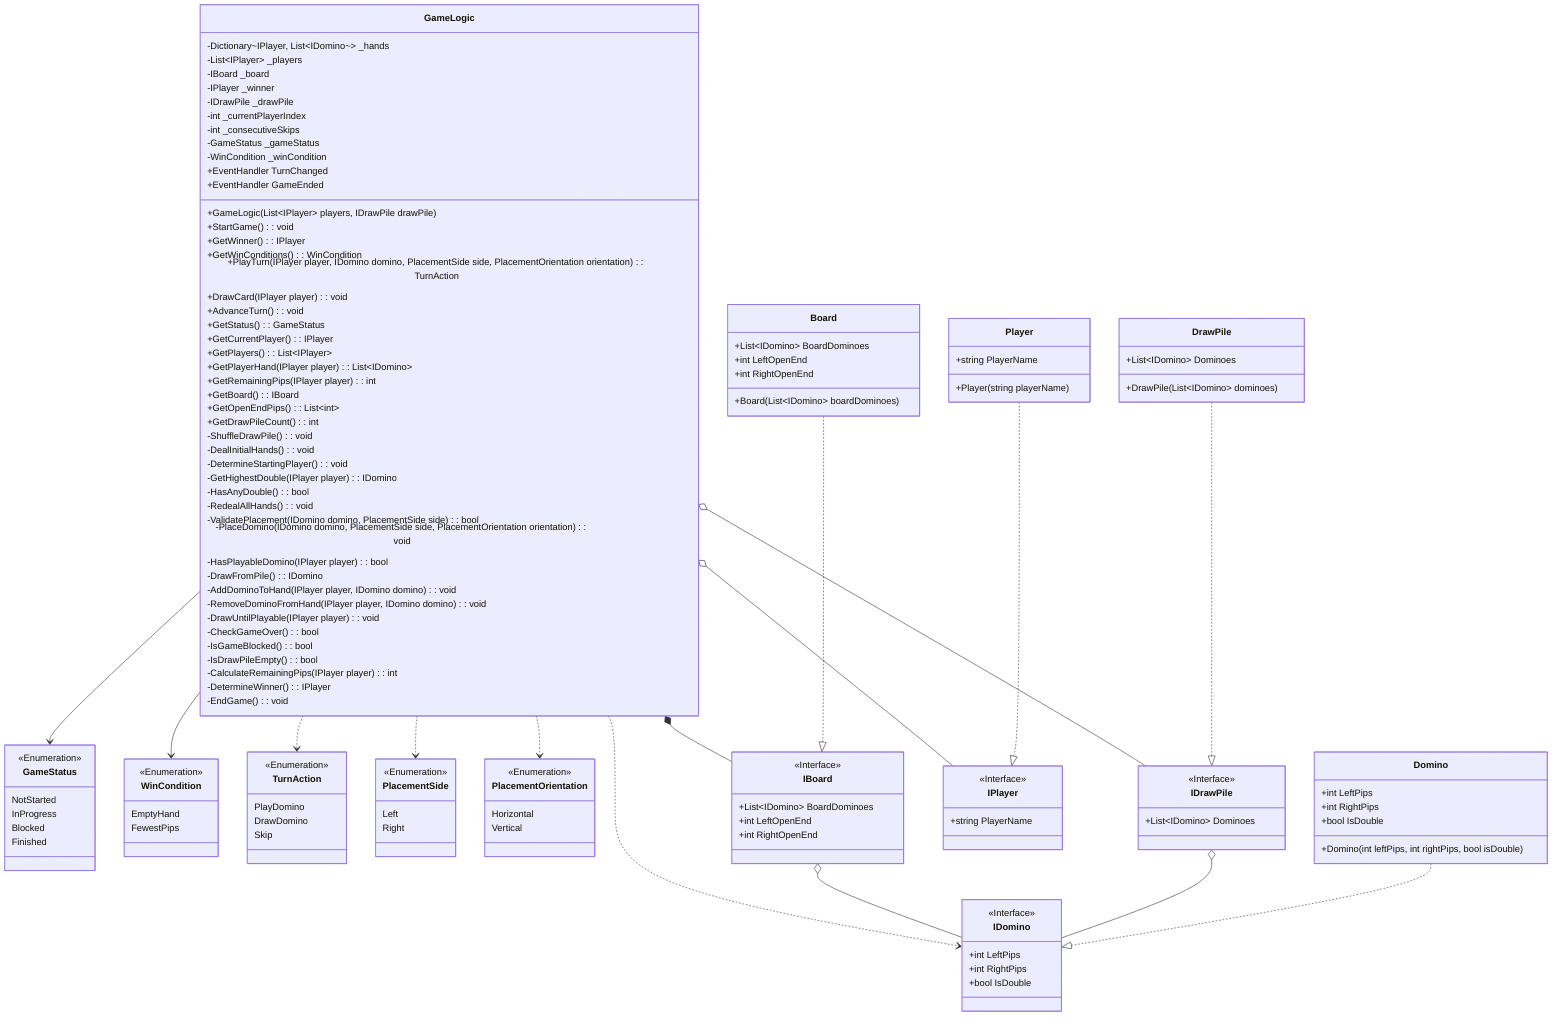
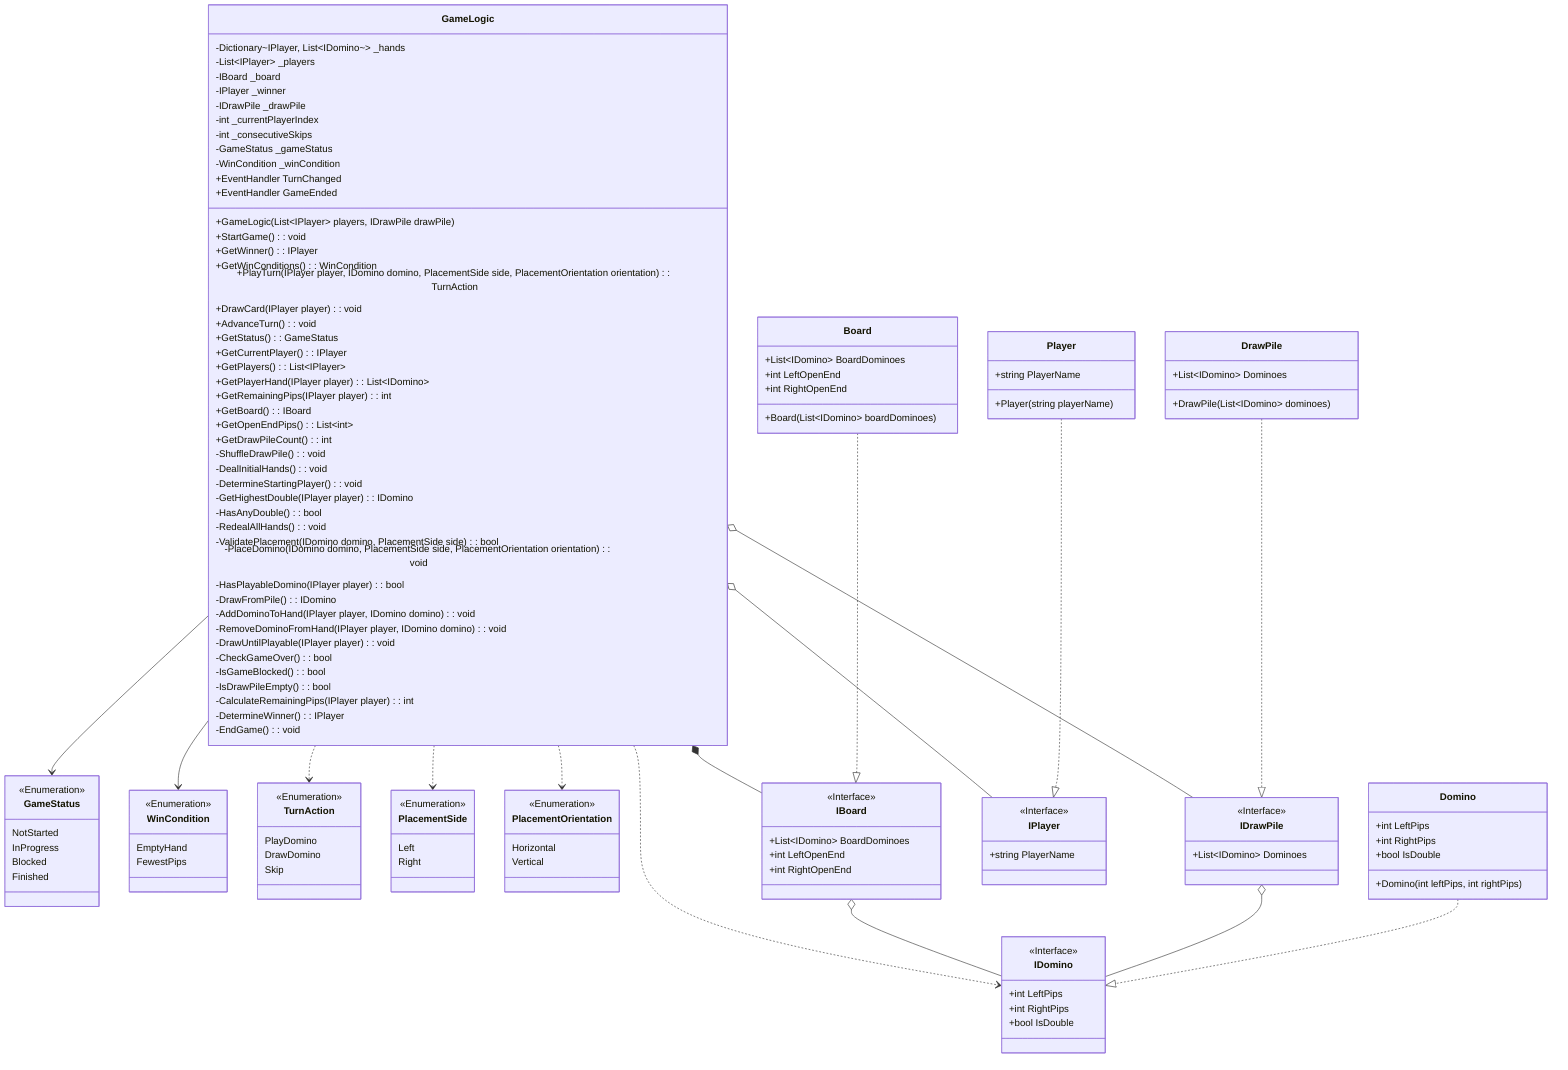
classDiagram
    direction TB

    %% Associations
    GameLogic --> GameStatus
    GameLogic --> WinCondition

    %% Dependencies
    GameLogic ..> TurnAction
    GameLogic ..> PlacementSide
    GameLogic ..> PlacementOrientation
    GameLogic ..> IDomino

    %% Compositions
    GameLogic *-- IBoard

    %% Agregations
    IBoard o-- IDomino
    IDrawPile o-- IDomino
    GameLogic o-- IDrawPile
    GameLogic o-- IPlayer

    %% Realizations
    Domino ..|> IDomino
    Player ..|> IPlayer
    Board ..|> IBoard
    DrawPile ..|> IDrawPile

    %% Enumerations
    class GameStatus {
        NotStarted
        InProgress
        Blocked
        Finished
    }

    class PlacementSide {
        Left
        Right
    }

    class PlacementOrientation {
        Horizontal
        Vertical
    }

    class WinCondition {
        EmptyHand
        FewestPips
    }

    class TurnAction {
        PlayDomino
        DrawDomino
        Skip
    }

    %% Interfaces
    class IDomino {
        +int LeftPips
        +int RightPips
        +bool IsDouble
    }

    class IPlayer {
        +string PlayerName
    }

    class IBoard {
        +List~IDomino~ BoardDominoes
        +int LeftOpenEnd
        +int RightOpenEnd
    }

    class IDrawPile {
        +List~IDomino~ Dominoes
    }

    %% Class Concrete
    class Domino {
        +int LeftPips
        +int RightPips
        +bool IsDouble
-         +Domino(int leftPips, int rightPips, bool isDouble)
+         +Domino(int leftPips, int rightPips)
    }

    class Player {
        +string PlayerName
        +Player(string playerName)
    }

    class Board {
        +List~IDomino~ BoardDominoes
        +int LeftOpenEnd
        +int RightOpenEnd
        +Board(List~IDomino~ boardDominoes)
    }

    class DrawPile {
        +List~IDomino~ Dominoes
        +DrawPile(List~IDomino~ dominoes)
    }

    class GameLogic {
        %% Fields / Properties
        -Dictionary~IPlayer, List~IDomino~~ _hands
        -List~IPlayer~ _players
        -IBoard _board
        -IPlayer _winner
        -IDrawPile _drawPile
        -int _currentPlayerIndex
        -int _consecutiveSkips
        -GameStatus _gameStatus
        -WinCondition _winCondition

        %% Events Delegates
        +EventHandler TurnChanged
        +EventHandler GameEnded

        %% Constructors
        +GameLogic(List~IPlayer~ players, IDrawPile drawPile)

        %% Lifecycle (public)
        +StartGame() : void
        +GetWinner() : IPlayer
        +GetWinConditions() : WinCondition

        %% Actions (public)
        +PlayTurn(IPlayer player, IDomino domino, PlacementSide side, PlacementOrientation orientation) : TurnAction
        +DrawCard(IPlayer player) : void
        +AdvanceTurn() : void

        %% Get Info Game and Turn
        +GetStatus() : GameStatus
        +GetCurrentPlayer() : IPlayer

        %% Get Info Player and Hand
        +GetPlayers() : List~IPlayer~
        +GetPlayerHand(IPlayer player) : List~IDomino~
        +GetRemainingPips(IPlayer player) : int

        %% Get Info Board
        +GetBoard() : IBoard
        +GetOpenEndPips() : List~int~
        +GetDrawPileCount() : int

        %% Bussines Logic Setup (Private)
        -ShuffleDrawPile() : void
        -DealInitialHands() : void
        -DetermineStartingPlayer() : void
        -GetHighestDouble(IPlayer player) : IDomino
        -HasAnyDouble() : bool
        -RedealAllHands() : void

        %% Bussines Logic Turn and Placement (Private)
        -ValidatePlacement(IDomino domino, PlacementSide side) : bool
        -PlaceDomino(IDomino domino, PlacementSide side, PlacementOrientation orientation) : void
        -HasPlayableDomino(IPlayer player) : bool

        %% Bussines Logic Pile and Hand (Private)
        -DrawFromPile() : IDomino
        -AddDominoToHand(IPlayer player, IDomino domino) : void
        -RemoveDominoFromHand(IPlayer player, IDomino domino) : void
        -DrawUntilPlayable(IPlayer player) : void

        %% Bussines Logic Game End and Resolution (Private)
        -CheckGameOver() : bool
        -IsGameBlocked() : bool
        -IsDrawPileEmpty() : bool
        -CalculateRemainingPips(IPlayer player) : int
        -DetermineWinner() : IPlayer
        -EndGame() : void
    }

    <<Enumeration>> GameStatus
    <<Enumeration>> PlacementSide
    <<Enumeration>> PlacementOrientation
    <<Enumeration>> WinCondition
    <<Enumeration>> TurnAction
    <<Interface>> IDomino
    <<Interface>> IPlayer
    <<Interface>> IBoard
    <<Interface>> IDrawPile



